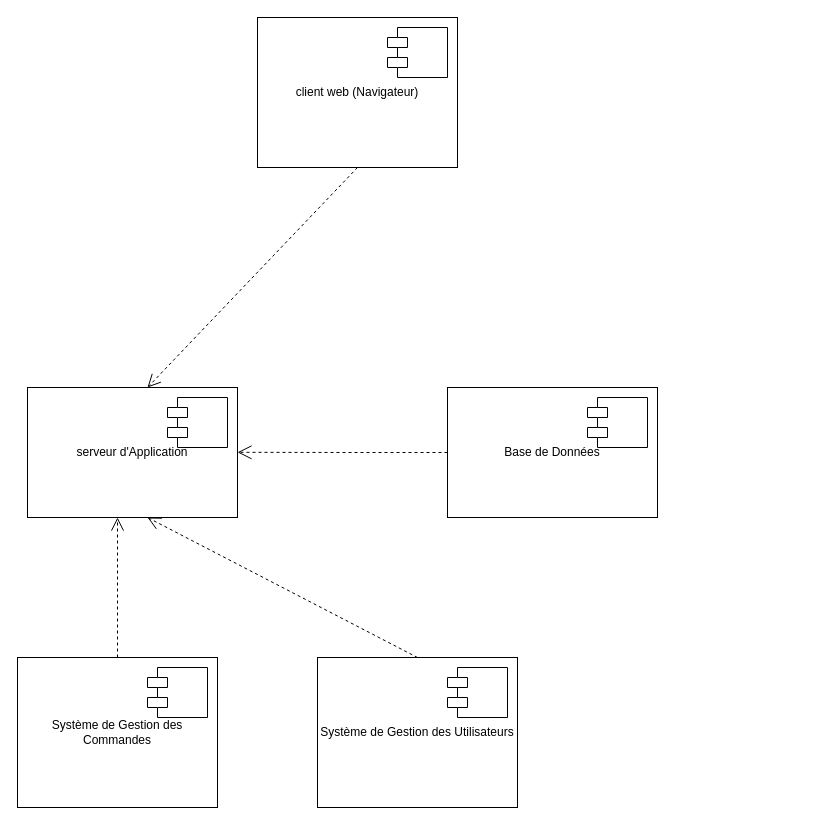
Above: res/composan.drawio in Meshavegas/Fadhyl-Store (draw.io), before the change. Source tidied: cells renumbered, new cells numbered last; positions are measured from the earlier drawing's top-left corner, leaving out a move shared by most shapes. Both pictures are drawn from the tidied source at 100%, with x=0, y=0 at pixel (17, 17).
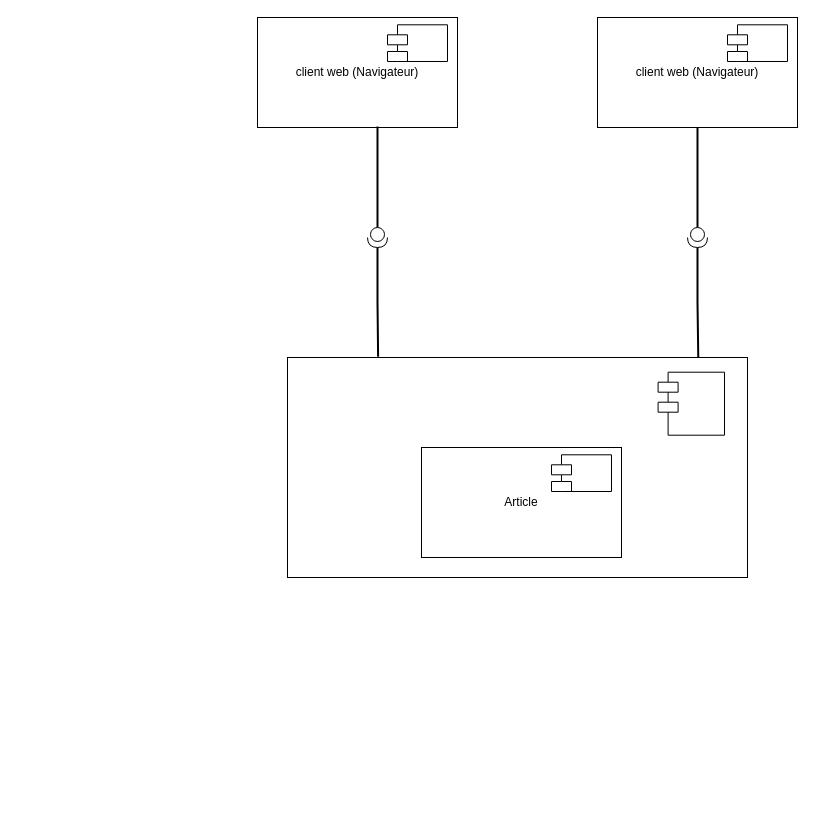
The same diagram, later.

What changed in the source:
```diff
@@
     <mxCell id="2" style="group;" parent="1" vertex="1">
-      <mxGeometry x="240" width="200" height="150" as="geometry" />
+      <mxGeometry x="240" width="200" height="110" as="geometry" />
     </mxCell>
-    <mxCell id="3" style="rounded=0;jettySize=auto;html=1;exitX=0.5;exitY=1;exitDx=0;exitDy=0;endArrow=open;endFill=0;dashed=1;endSize=11;" parent="2" edge="1" source="4">
-      <mxGeometry relative="1" as="geometry">
-        <mxPoint x="-110" y="370" as="targetPoint" />
-      </mxGeometry>
-    </mxCell>
     <mxCell id="4" value="client web (Navigateur)" style="rounded=0;whiteSpace=wrap;html=1;" parent="2" vertex="1">
-      <mxGeometry width="200" height="150" as="geometry" />
+      <mxGeometry width="200" height="110" as="geometry" />
     </mxCell>
     <mxCell id="5" style="shape=module;align=left;spacingLeft=20;align=center;verticalAlign=top;whiteSpace=wrap;html=1;" parent="2" vertex="1">
-      <mxGeometry x="130" y="10" width="60" height="50" as="geometry" />
+      <mxGeometry x="130" y="7.3" width="60" height="36.7" as="geometry" />
     </mxCell>
-    <mxCell id="6" style="group;" parent="1" vertex="1">
-      <mxGeometry x="430" y="370" width="210" height="130" as="geometry" />
-    </mxCell>
-    <mxCell id="7" style="edgeStyle=orthogonalEdgeStyle;rounded=0;jettySize=auto;html=1;exitX=0;exitY=0.5;exitDx=0;exitDy=0;endArrow=open;endFill=0;dashed=1;endSize=12;" parent="6" edge="1" source="8">
-      <mxGeometry relative="1" as="geometry">
-        <mxPoint x="-210" y="64.8" as="targetPoint" />
-      </mxGeometry>
-    </mxCell>
-    <mxCell id="8" value="Base de Données" style="rounded=0;whiteSpace=wrap;html=1;" parent="6" vertex="1">
-      <mxGeometry width="210" height="130" as="geometry" />
-    </mxCell>
-    <mxCell id="9" style="group;" parent="6" vertex="1">
-      <mxGeometry width="210" height="130" as="geometry" />
-    </mxCell>
-    <mxCell id="10" style="shape=module;align=left;spacingLeft=20;align=center;verticalAlign=top;whiteSpace=wrap;html=1;" parent="9" vertex="1">
-      <mxGeometry x="140" y="10" width="60" height="50" as="geometry" />
-    </mxCell>
-    <mxCell id="11" style="group;" parent="1" vertex="1">
-      <mxGeometry x="10" y="370" width="210" height="130" as="geometry" />
-    </mxCell>
-    <mxCell id="12" value="serveur d'Application" style="rounded=0;whiteSpace=wrap;html=1;" parent="11" vertex="1">
-      <mxGeometry width="210" height="130" as="geometry" />
-    </mxCell>
-    <mxCell id="13" style="group;" parent="11" vertex="1">
-      <mxGeometry width="210" height="130" as="geometry" />
-    </mxCell>
-    <mxCell id="14" style="shape=module;align=left;spacingLeft=20;align=center;verticalAlign=top;whiteSpace=wrap;html=1;" parent="13" vertex="1">
-      <mxGeometry x="140" y="10" width="60" height="50" as="geometry" />
-    </mxCell>
-    <mxCell id="15" style="group;" parent="1" vertex="1">
-      <mxGeometry y="640" width="200" height="150" as="geometry" />
-    </mxCell>
-    <mxCell id="16" style="edgeStyle=orthogonalEdgeStyle;rounded=0;jettySize=auto;html=1;exitX=0.5;exitY=0;exitDx=0;exitDy=0;endArrow=open;endFill=0;endSize=11;dashed=1;" parent="15" edge="1" source="17">
-      <mxGeometry relative="1" as="geometry">
-        <mxPoint x="100" y="-140" as="targetPoint" />
-      </mxGeometry>
-    </mxCell>
-    <mxCell id="17" value="Système de Gestion des Commandes" style="rounded=0;whiteSpace=wrap;html=1;" parent="15" vertex="1">
-      <mxGeometry width="200" height="150" as="geometry" />
-    </mxCell>
-    <mxCell id="18" style="shape=module;align=left;spacingLeft=20;align=center;verticalAlign=top;whiteSpace=wrap;html=1;" parent="15" vertex="1">
-      <mxGeometry x="130" y="10" width="60" height="50" as="geometry" />
-    </mxCell>
-    <mxCell id="19" style="group;" parent="1" vertex="1">
-      <mxGeometry x="300" y="640" width="200" height="150" as="geometry" />
-    </mxCell>
-    <mxCell id="20" style="rounded=0;jettySize=auto;html=1;exitX=0.5;exitY=0;exitDx=0;exitDy=0;endArrow=open;endFill=0;endSize=11;dashed=1;" parent="19" edge="1" source="21">
-      <mxGeometry relative="1" as="geometry">
-        <mxPoint x="-170" y="-140" as="targetPoint" />
-      </mxGeometry>
-    </mxCell>
-    <mxCell id="21" value="Système de Gestion des Utilisateurs" style="rounded=0;whiteSpace=wrap;html=1;" parent="19" vertex="1">
-      <mxGeometry width="200" height="150" as="geometry" />
-    </mxCell>
-    <mxCell id="22" style="shape=module;align=left;spacingLeft=20;align=center;verticalAlign=top;whiteSpace=wrap;html=1;" parent="19" vertex="1">
-      <mxGeometry x="130" y="10" width="60" height="50" as="geometry" />
-    </mxCell>
+    <mxCell id="23" style="group;" parent="1" vertex="1">
+      <mxGeometry x="580" width="200" height="110" as="geometry" />
+    </mxCell>
+    <mxCell id="24" value="client web (Navigateur)" style="rounded=0;whiteSpace=wrap;html=1;" parent="23" vertex="1">
+      <mxGeometry width="200" height="110" as="geometry" />
+    </mxCell>
+    <mxCell id="25" style="shape=module;align=left;spacingLeft=20;align=center;verticalAlign=top;whiteSpace=wrap;html=1;" parent="23" vertex="1">
+      <mxGeometry x="130" y="7.3" width="60" height="36.7" as="geometry" />
+    </mxCell>
+    <mxCell id="26" style="group;" parent="1" vertex="1">
+      <mxGeometry x="270" y="340" width="460" height="220" as="geometry" />
+    </mxCell>
+    <mxCell id="27" style="rounded=0;whiteSpace=wrap;html=1;" parent="26" vertex="1">
+      <mxGeometry width="460" height="220" as="geometry" />
+    </mxCell>
+    <mxCell id="28" style="shape=module;align=left;spacingLeft=20;align=center;verticalAlign=top;whiteSpace=wrap;html=1;" parent="26" vertex="1">
+      <mxGeometry x="370.6" y="14.7" width="66.4" height="63" as="geometry" />
+    </mxCell>
+    <mxCell id="29" style="group;" parent="26" vertex="1">
+      <mxGeometry x="134" y="90" width="200" height="110" as="geometry" />
+    </mxCell>
+    <mxCell id="30" value="Article" style="rounded=0;whiteSpace=wrap;html=1;" parent="29" vertex="1">
+      <mxGeometry width="200" height="110" as="geometry" />
+    </mxCell>
+    <mxCell id="31" style="shape=module;align=left;spacingLeft=20;align=center;verticalAlign=top;whiteSpace=wrap;html=1;" parent="29" vertex="1">
+      <mxGeometry x="130" y="7.3" width="60" height="36.7" as="geometry" />
+    </mxCell>
+    <mxCell id="32" style="edgeStyle=orthogonalEdgeStyle;rounded=0;jettySize=auto;html=1;exitX=1;exitY=0.5;exitDx=0;exitDy=0;exitPerimeter=0;entryX=0.197;entryY=-0.003;entryDx=0;entryDy=0;entryPerimeter=0;strokeWidth=2;endArrow=none;endFill=0;" parent="1" edge="1" source="34" target="27">
+      <mxGeometry relative="1" as="geometry" />
+    </mxCell>
+    <mxCell id="33" style="edgeStyle=orthogonalEdgeStyle;rounded=0;jettySize=auto;html=1;exitX=0;exitY=0.5;exitDx=0;exitDy=0;exitPerimeter=0;entryX=0.6;entryY=0.991;entryDx=0;entryDy=0;entryPerimeter=0;endArrow=none;endFill=0;strokeWidth=2;" parent="1" edge="1" source="34" target="4">
+      <mxGeometry relative="1" as="geometry" />
+    </mxCell>
+    <mxCell id="34" style="shape=providedRequiredInterface;html=1;verticalLabelPosition=bottom;sketch=0;rotation=90;" parent="1" vertex="1">
+      <mxGeometry x="350" y="210" width="20" height="20" as="geometry" />
+    </mxCell>
+    <mxCell id="35" style="edgeStyle=orthogonalEdgeStyle;rounded=0;jettySize=auto;html=1;exitX=1;exitY=0.5;exitDx=0;exitDy=0;exitPerimeter=0;entryX=0.893;entryY=-0.001;entryDx=0;entryDy=0;entryPerimeter=0;strokeWidth=2;endArrow=none;endFill=0;" parent="1" edge="1" source="37" target="27">
+      <mxGeometry relative="1" as="geometry" />
+    </mxCell>
+    <mxCell id="36" style="edgeStyle=orthogonalEdgeStyle;rounded=0;jettySize=auto;html=1;exitX=0;exitY=0.5;exitDx=0;exitDy=0;exitPerimeter=0;entryX=0.5;entryY=1;entryDx=0;entryDy=0;endArrow=none;endFill=0;strokeWidth=2;" parent="1" edge="1" source="37" target="24">
+      <mxGeometry relative="1" as="geometry" />
+    </mxCell>
+    <mxCell id="37" style="shape=providedRequiredInterface;html=1;verticalLabelPosition=bottom;sketch=0;rotation=90;" parent="1" vertex="1">
+      <mxGeometry x="670" y="210" width="20" height="20" as="geometry" />
+    </mxCell>
```
